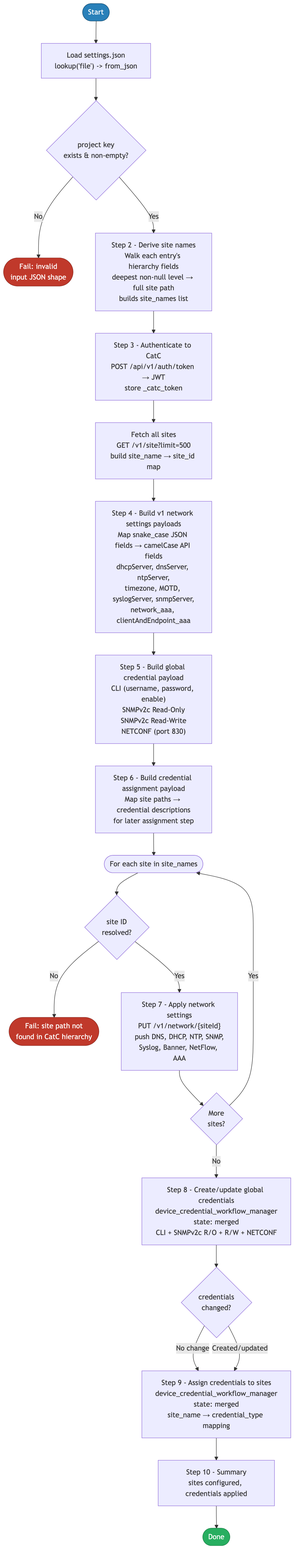
kebaldwi/TECOPS-2599 keeps this Mermaid diagram as Support/Resources/Ansible/2.0-Cisco-Catalyst-Center-Settings/DIAGRAMS/logical-flow.png. Above is the earlier version. Its source is kept beside it as Support/Resources/Ansible/2.0-Cisco-Catalyst-Center-Settings/DIAGRAMS/logical-flow.mmd. The source it was exported from:
```mermaid
flowchart TD
    START([Start]) --> A

    A["Load settings.json<br/>lookup('file') -&gt; from_json"]
    A --> B{project key<br/>exists &amp; non-empty?}
    B -->|No| FAIL_A([Fail: invalid<br/>input JSON shape])
    B -->|Yes| C

    C["Step 2 - Derive site names<br/>Walk each entry's hierarchy fields<br/>deepest non-null level → full site path<br/>builds site_names list"]
    C --> D

    D["Step 3 - Authenticate to CatC<br/>POST /api/v1/auth/token → JWT<br/>store _catc_token"]
    D --> E

    E["Fetch all sites<br/>GET /v1/site?limit=500<br/>build site_name → site_id map"]
    E --> F

    F["Step 4 - Build v1 network settings payloads<br/>Map snake_case JSON fields → camelCase API fields<br/>dhcpServer, dnsServer, ntpServer,<br/>timezone, MOTD, syslogServer, snmpServer,<br/>network_aaa, clientAndEndpoint_aaa"]
    F --> G

    G["Step 5 - Build global credential payload<br/>CLI (username, password, enable)<br/>SNMPv2c Read-Only<br/>SNMPv2c Read-Write<br/>NETCONF (port 830)"]
    G --> H

    H["Step 6 - Build credential assignment payload<br/>Map site paths → credential descriptions<br/>for later assignment step"]
    H --> I

    I(["For each site in site_names"])
    I --> J{site ID<br/>resolved?}
    J -->|No| FAIL_B([Fail: site path not<br/>found in CatC hierarchy])
    J -->|Yes| K

    K["Step 7 - Apply network settings<br/>PUT /v1/network/{siteId}<br/>push DNS, DHCP, NTP, SNMP,<br/>Syslog, Banner, NetFlow, AAA"]
    K --> L{More<br/>sites?}
    L -->|Yes| I
    L -->|No| M

    M["Step 8 - Create/update global credentials<br/>device_credential_workflow_manager<br/>state: merged<br/>CLI + SNMPv2c R/O + R/W + NETCONF"]
    M --> N{credentials<br/>changed?}
    N -->|No change| O
    N -->|Created/updated| O

    O["Step 9 - Assign credentials to sites<br/>device_credential_workflow_manager<br/>state: merged<br/>site_name → credential_type mapping"]
    O --> P

    P["Step 10 - Summary<br/>sites configured, credentials applied"]
    P --> DONE([Done])

    style FAIL_A fill:#c0392b,color:#fff,stroke:#922b21
    style FAIL_B fill:#c0392b,color:#fff,stroke:#922b21
    style DONE fill:#27ae60,color:#fff,stroke:#1e8449
    style START fill:#2980b9,color:#fff,stroke:#1a5276
```
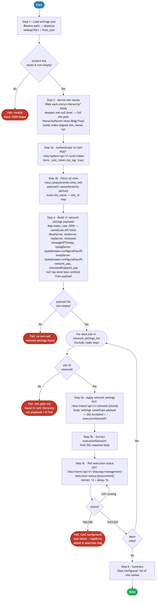
The same diagram one commit later.

Commit message:
docs(diagrams): downscale logical-flow PNGs to stay within GitHub display limit

What changed in the source:
```diff
@@ -1,51 +1,52 @@
 flowchart TD
     START([Start]) --> A
 
-    A["Load settings.json<br/>lookup('file') -&gt; from_json"]
+    A["Step 1 - Load settings.json<br/>Resolve path → absolute<br/>lookup('file') | from_json"]
     A --> B{project key<br/>exists &amp; non-empty?}
     B -->|No| FAIL_A([Fail: invalid<br/>input JSON shape])
     B -->|Yes| C
 
-    C["Step 2 - Derive site names<br/>Walk each entry's hierarchy fields<br/>deepest non-null level → full site path<br/>builds site_names list"]
+    C["Step 2 - Derive site names<br/>Walk each entry's Hierarchy* fields<br/>deepest non-null level → full site path<br/>HierarchyParent/Area/Bldg/Floor<br/>builds index-aligned site_names list"]
     C --> D
 
-    D["Step 3 - Authenticate to CatC<br/>POST /api/v1/auth/token → JWT<br/>store _catc_token"]
+    D["Step 3a - Authenticate to CatC<br/>POST /dna/system/api/v1/auth/token<br/>store _catc_token (no_log: true)"]
     D --> E
 
-    E["Fetch all sites<br/>GET /v1/site?limit=500<br/>build site_name → site_id map"]
+    E["Step 3b - Fetch all sites<br/>cisco.catalystcenter.sites_info<br/>selectattr nameHierarchy defined<br/>build site_name → site_id map"]
     E --> F
 
-    F["Step 4 - Build v1 network settings payloads<br/>Map snake_case JSON fields → camelCase API fields<br/>dhcpServer, dnsServer, ntpServer,<br/>timezone, MOTD, syslogServer, snmpServer,<br/>network_aaa, clientAndEndpoint_aaa"]
-    F --> G
+    F["Step 4 - Build v1 network settings payloads<br/>Map snake_case JSON → camelCase API fields<br/>dhcpServer, dnsServer, ntpServer, timezone<br/>messageOfTheday, syslogServer (ipAddresses+configureDnacIP)<br/>snmpServer (ipAddresses+configureDnacIP)<br/>network_aaa, clientAndEndpoint_aaa<br/>null top-level keys omitted from payload"]
+    F --> G{payload list<br/>non-empty?}
+    G -->|No| FAIL_B([Fail: no non-null<br/>network settings found])
+    G -->|Yes| LOOP
 
-    G["Step 5 - Build global credential payload<br/>CLI (username, password, enable)<br/>SNMPv2c Read-Only<br/>SNMPv2c Read-Write<br/>NETCONF (port 830)"]
-    G --> H
+    LOOP(["For each site in network_settings_list<br/>(include_tasks loop)"])
+    LOOP --> H{site ID<br/>resolved?}
+    H -->|No| FAIL_C([Fail: site path not<br/>found in CatC hierarchy<br/>run playbook 1.0 first])
+    H -->|Yes| I
 
-    H["Step 6 - Build credential assignment payload<br/>Map site paths → credential descriptions<br/>for later assignment step"]
-    H --> I
+    I["Step 5a - Apply network settings<br/>PUT /dna/intent/api/v1/network/{siteId}<br/>body: settings camelCase payload<br/>→ 202 Accepted + executionStatusUrl"]
+    I --> J
 
-    I(["For each site in site_names"])
-    I --> J{site ID<br/>resolved?}
-    J -->|No| FAIL_B([Fail: site path not<br/>found in CatC hierarchy])
-    J -->|Yes| K
+    J["Step 5b - Extract executionStatusUrl<br/>from 202 response body"]
+    J --> K
 
-    K["Step 7 - Apply network settings<br/>PUT /v1/network/{siteId}<br/>push DNS, DHCP, NTP, SNMP,<br/>Syslog, Banner, NetFlow, AAA"]
-    K --> L{More<br/>sites?}
-    L -->|Yes| I
-    L -->|No| M
+    K["Step 5c - Poll execution status<br/>GET /dna/intent/api/v1/dnacaap/management/<br/>execution-status/{executionId}<br/>retries: 12 × delay: 5s"]
+    K --> L{status?}
+    L -->|still running| K
+    L -->|FAILURE| FAIL_D([Fail: CatC background<br/>task failed — bapiError<br/>detail in assertion msg])
+    L -->|SUCCESS| M
 
-    M["Step 8 - Create/update global credentials<br/>device_credential_workflow_manager<br/>state: merged<br/>CLI + SNMPv2c R/O + R/W + NETCONF"]
-    M --> N{credentials<br/>changed?}
-    N -->|No change| O
-    N -->|Created/updated| O
+    M{More<br/>sites?}
+    M -->|Yes| LOOP
+    M -->|No| N
 
-    O["Step 9 - Assign credentials to sites<br/>device_credential_workflow_manager<br/>state: merged<br/>site_name → credential_type mapping"]
-    O --> P
-
-    P["Step 10 - Summary<br/>sites configured, credentials applied"]
-    P --> DONE([Done])
+    N["Step 6 - Summary<br/>Sites configured: list of site names"]
+    N --> DONE([Done])
 
     style FAIL_A fill:#c0392b,color:#fff,stroke:#922b21
     style FAIL_B fill:#c0392b,color:#fff,stroke:#922b21
+    style FAIL_C fill:#c0392b,color:#fff,stroke:#922b21
+    style FAIL_D fill:#c0392b,color:#fff,stroke:#922b21
     style DONE fill:#27ae60,color:#fff,stroke:#1e8449
     style START fill:#2980b9,color:#fff,stroke:#1a5276
```
